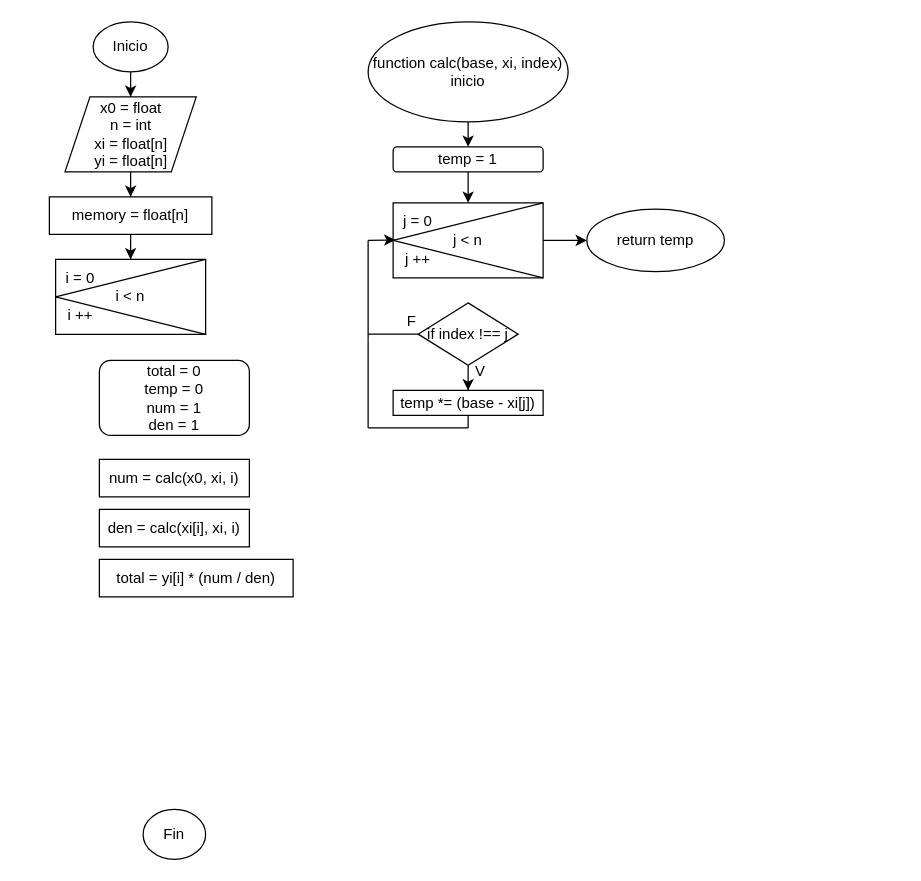
This is Untitled Diagram.drawio from HectorMtz22/university, a draw.io file, before an edit. Source tidied: cells renumbered, new cells numbered last; positions are measured from the earlier drawing's top-left corner, leaving out a move shared by most shapes. Both pictures are drawn from the tidied source at 125%, with x=0, y=0 at pixel (49, 21).
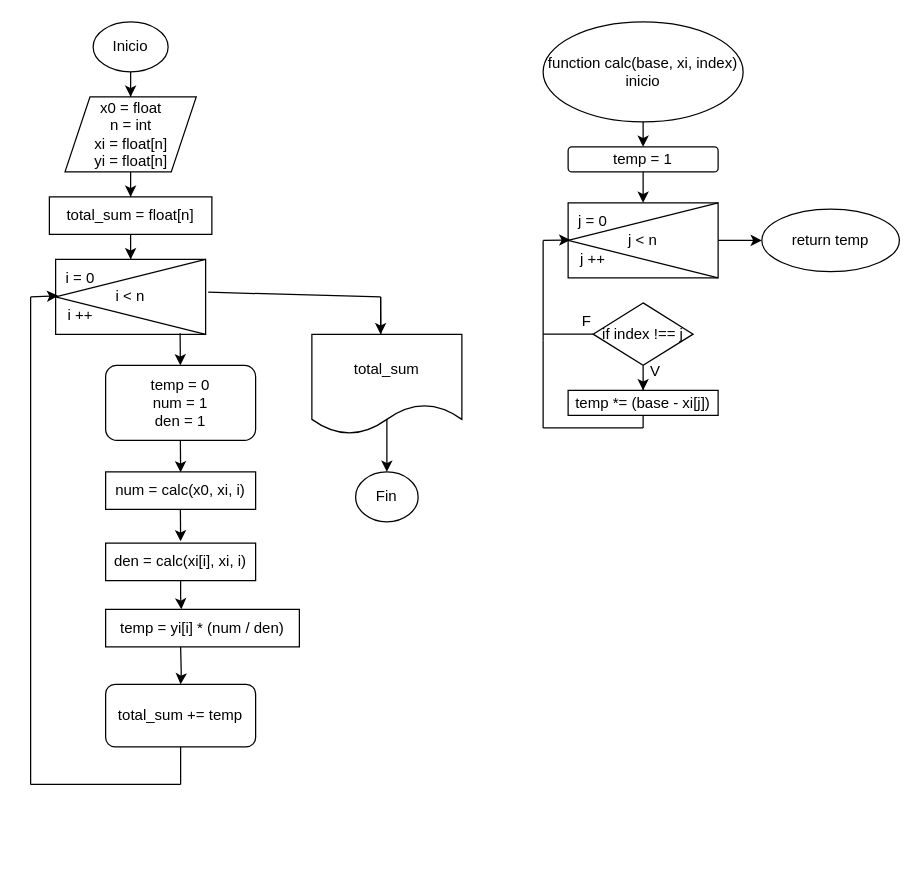
The same diagram, later.

Unchanged cells that the change refers to:
```xml
<mxCell id="9" value="i &amp;lt; n" style="whiteSpace=wrap;html=1;rounded=0;" parent="1" vertex="1">
  <mxGeometry x="5" y="190" width="120" height="60" as="geometry" />
</mxCell>
<mxCell id="13" value="i ++" style="text;html=1;strokeColor=none;fillColor=none;align=center;verticalAlign=middle;whiteSpace=wrap;rounded=0;" parent="1" vertex="1">
  <mxGeometry y="220" width="50" height="30" as="geometry" />
</mxCell>
```

Change to the diagram source:
```diff
@@
     <mxCell id="4" value="Fin" style="ellipse;whiteSpace=wrap;html=1;" parent="1" vertex="1">
-      <mxGeometry x="75" y="630" width="50" height="40" as="geometry" />
+      <mxGeometry x="245" y="360" width="50" height="40" as="geometry" />
     </mxCell>
@@
-    <mxCell id="8" value="memory = float[n]" style="rounded=0;whiteSpace=wrap;html=1;" parent="1" vertex="1">
+    <mxCell id="8" value="total_sum = float[n]" style="rounded=0;whiteSpace=wrap;html=1;" parent="1" vertex="1">
       <mxGeometry y="140" width="130" height="30" as="geometry" />
     </mxCell>
@@
-    <mxCell id="14" value="total = 0&lt;br&gt;temp = 0&lt;br&gt;num = 1&lt;br&gt;den = 1" style="rounded=1;whiteSpace=wrap;html=1;" parent="1" vertex="1">
-      <mxGeometry x="40" y="270.8" width="120" height="60" as="geometry" />
+    <mxCell id="14" value="temp = 0&lt;br&gt;num = 1&lt;br&gt;den = 1" style="rounded=1;whiteSpace=wrap;html=1;" parent="1" vertex="1">
+      <mxGeometry x="45" y="274.8" width="120" height="60" as="geometry" />
     </mxCell>
     <mxCell id="15" value="function calc(base, xi, index)&lt;br&gt;inicio" style="ellipse;whiteSpace=wrap;html=1;" parent="1" vertex="1">
-      <mxGeometry x="255" width="160" height="80" as="geometry" />
+      <mxGeometry x="395" width="160" height="80" as="geometry" />
     </mxCell>
     <mxCell id="16" value="j &amp;lt; n" style="whiteSpace=wrap;html=1;rounded=0;" parent="1" vertex="1">
-      <mxGeometry x="275" y="144.8" width="120" height="60" as="geometry" />
+      <mxGeometry x="415" y="144.8" width="120" height="60" as="geometry" />
     </mxCell>
@@
     <mxCell id="19" value="j = 0" style="text;html=1;strokeColor=none;fillColor=none;align=center;verticalAlign=middle;whiteSpace=wrap;rounded=0;" parent="1" vertex="1">
-      <mxGeometry x="270" y="144.8" width="50" height="30" as="geometry" />
+      <mxGeometry x="410" y="144.8" width="50" height="30" as="geometry" />
     </mxCell>
     <mxCell id="20" value="j ++" style="text;html=1;strokeColor=none;fillColor=none;align=center;verticalAlign=middle;whiteSpace=wrap;rounded=0;" parent="1" vertex="1">
-      <mxGeometry x="270" y="174.8" width="50" height="30" as="geometry" />
+      <mxGeometry x="410" y="174.8" width="50" height="30" as="geometry" />
     </mxCell>
@@
     <mxCell id="22" value="if index !== j" style="rhombus;whiteSpace=wrap;html=1;" parent="1" vertex="1">
-      <mxGeometry x="295" y="224.8" width="80" height="50" as="geometry" />
+      <mxGeometry x="435" y="224.8" width="80" height="50" as="geometry" />
     </mxCell>
     <mxCell id="23" style="endArrow=none;html=1;rounded=0;exitX=0;exitY=0.5;exitDx=0;exitDy=0;" parent="1" edge="1" source="22">
       <mxGeometry relative="1" as="geometry">
-        <mxPoint x="255" y="249.8" as="targetPoint" />
+        <mxPoint x="395" y="249.8" as="targetPoint" />
       </mxGeometry>
     </mxCell>
     <mxCell id="24" style="endArrow=none;html=1;rounded=0;" parent="1" edge="1">
       <mxGeometry relative="1" as="geometry">
-        <mxPoint x="255" y="254.8" as="sourcePoint" />
-        <mxPoint x="255" y="174.8" as="targetPoint" />
+        <mxPoint x="395" y="254.8" as="sourcePoint" />
+        <mxPoint x="395" y="174.8" as="targetPoint" />
       </mxGeometry>
     </mxCell>
     <mxCell id="25" style="endArrow=classic;html=1;rounded=0;entryX=0.136;entryY=-0.013;entryDx=0;entryDy=0;entryPerimeter=0;" parent="1" edge="1" target="20">
       <mxGeometry relative="1" as="geometry">
-        <mxPoint x="255" y="174.8" as="sourcePoint" />
+        <mxPoint x="395" y="174.8" as="sourcePoint" />
       </mxGeometry>
     </mxCell>
     <mxCell id="26" value="F" style="text;html=1;strokeColor=none;fillColor=none;align=center;verticalAlign=middle;whiteSpace=wrap;rounded=0;" parent="1" vertex="1">
-      <mxGeometry x="260" y="224.8" width="60" height="30" as="geometry" />
+      <mxGeometry x="400" y="224.8" width="60" height="30" as="geometry" />
     </mxCell>
     <mxCell id="27" value="V" style="text;html=1;strokeColor=none;fillColor=none;align=center;verticalAlign=middle;whiteSpace=wrap;rounded=0;" parent="1" vertex="1">
-      <mxGeometry x="315" y="264.8" width="60" height="30" as="geometry" />
+      <mxGeometry x="455" y="264.8" width="60" height="30" as="geometry" />
     </mxCell>
     <mxCell id="28" value="temp *= (base - xi[j])" style="whiteSpace=wrap;html=1;" parent="1" vertex="1">
-      <mxGeometry x="275" y="294.8" width="120" height="20" as="geometry" />
+      <mxGeometry x="415" y="294.8" width="120" height="20" as="geometry" />
     </mxCell>
     <mxCell id="29" style="endArrow=none;html=1;rounded=0;exitX=0.5;exitY=1;exitDx=0;exitDy=0;" parent="1" edge="1" source="28">
       <mxGeometry relative="1" as="geometry">
-        <mxPoint x="335" y="324.8" as="targetPoint" />
+        <mxPoint x="475" y="324.8" as="targetPoint" />
       </mxGeometry>
     </mxCell>
     <mxCell id="30" style="endArrow=none;html=1;rounded=0;" parent="1" edge="1">
       <mxGeometry relative="1" as="geometry">
-        <mxPoint x="255" y="324.8" as="sourcePoint" />
-        <mxPoint x="335" y="324.8" as="targetPoint" />
+        <mxPoint x="395" y="324.8" as="sourcePoint" />
+        <mxPoint x="475" y="324.8" as="targetPoint" />
       </mxGeometry>
     </mxCell>
     <mxCell id="31" style="endArrow=none;html=1;rounded=0;" parent="1" edge="1">
       <mxGeometry relative="1" as="geometry">
-        <mxPoint x="255" y="324.8" as="sourcePoint" />
-        <mxPoint x="255" y="254.8" as="targetPoint" />
+        <mxPoint x="395" y="324.8" as="sourcePoint" />
+        <mxPoint x="395" y="254.8" as="targetPoint" />
       </mxGeometry>
     </mxCell>
@@
     <mxCell id="33" value="return temp" style="ellipse;whiteSpace=wrap;html=1;" parent="1" vertex="1">
-      <mxGeometry x="430" y="149.8" width="110" height="50" as="geometry" />
+      <mxGeometry x="570" y="149.8" width="110" height="50" as="geometry" />
     </mxCell>
     <mxCell id="34" value="temp = 1" style="rounded=1;whiteSpace=wrap;html=1;" parent="1" vertex="1">
-      <mxGeometry x="275" y="100" width="120" height="20" as="geometry" />
+      <mxGeometry x="415" y="100" width="120" height="20" as="geometry" />
     </mxCell>
@@
     <mxCell id="37" value="num = calc(x0, xi, i)" style="rounded=0;whiteSpace=wrap;html=1;" parent="1" vertex="1">
-      <mxGeometry x="40" y="350" width="120" height="30" as="geometry" />
+      <mxGeometry x="45" y="360" width="120" height="30" as="geometry" />
     </mxCell>
+    <mxCell id="40" style="edgeStyle=orthogonalEdgeStyle;rounded=0;jettySize=auto;html=1;entryX=0.391;entryY=0;entryDx=0;entryDy=0;entryPerimeter=0;" parent="1" edge="1" source="38" target="39">
+      <mxGeometry relative="1" as="geometry">
+        <Array as="points">
+          <mxPoint x="105" y="460" />
+          <mxPoint x="106" y="460" />
+        </Array>
+      </mxGeometry>
+    </mxCell>
     <mxCell id="38" value="den = calc(xi[i], xi, i)" style="rounded=0;whiteSpace=wrap;html=1;" parent="1" vertex="1">
-      <mxGeometry x="40" y="390" width="120" height="30" as="geometry" />
+      <mxGeometry x="45" y="417" width="120" height="30" as="geometry" />
     </mxCell>
+    <mxCell id="41" style="edgeStyle=orthogonalEdgeStyle;rounded=0;jettySize=auto;html=1;" parent="1" edge="1" target="42">
+      <mxGeometry relative="1" as="geometry">
+        <mxPoint x="105" y="500" as="sourcePoint" />
+      </mxGeometry>
+    </mxCell>
-    <mxCell id="39" value="total = yi[i] * (num / den)" style="whiteSpace=wrap;html=1;rounded=0;" parent="1" vertex="1">
-      <mxGeometry x="40" y="430" width="155" height="30" as="geometry" />
+    <mxCell id="39" value="temp = yi[i] * (num / den)" style="whiteSpace=wrap;html=1;rounded=0;" parent="1" vertex="1">
+      <mxGeometry x="45" y="470" width="155" height="30" as="geometry" />
     </mxCell>
+    <mxCell id="42" value="total_sum += temp" style="rounded=1;whiteSpace=wrap;html=1;" parent="1" vertex="1">
+      <mxGeometry x="45" y="530" width="120" height="50" as="geometry" />
+    </mxCell>
+    <mxCell id="43" style="endArrow=classic;html=1;rounded=0;exitX=0.83;exitY=0.986;exitDx=0;exitDy=0;exitPerimeter=0;" parent="1" edge="1" source="9" target="14">
+      <mxGeometry relative="1" as="geometry" />
+    </mxCell>
+    <mxCell id="44" style="endArrow=classic;html=1;rounded=0;exitX=0.83;exitY=0.986;exitDx=0;exitDy=0;exitPerimeter=0;" parent="1" edge="1">
+      <mxGeometry relative="1" as="geometry">
+        <mxPoint x="104.8" y="334.8" as="sourcePoint" />
+        <mxPoint x="105" y="360.4" as="targetPoint" />
+      </mxGeometry>
+    </mxCell>
+    <mxCell id="45" style="endArrow=classic;html=1;rounded=0;exitX=0.83;exitY=0.986;exitDx=0;exitDy=0;exitPerimeter=0;" parent="1" edge="1">
+      <mxGeometry relative="1" as="geometry">
+        <mxPoint x="104.8" y="390" as="sourcePoint" />
+        <mxPoint x="105" y="415.6" as="targetPoint" />
+      </mxGeometry>
+    </mxCell>
+    <mxCell id="46" style="endArrow=none;html=1;rounded=0;" parent="1" edge="1">
+      <mxGeometry relative="1" as="geometry">
+        <mxPoint x="105" y="610" as="sourcePoint" />
+        <mxPoint x="105" y="580" as="targetPoint" />
+      </mxGeometry>
+    </mxCell>
+    <mxCell id="47" style="endArrow=none;html=1;rounded=0;" parent="1" edge="1">
+      <mxGeometry relative="1" as="geometry">
+        <mxPoint x="-15" y="610" as="sourcePoint" />
+        <mxPoint x="105" y="610" as="targetPoint" />
+      </mxGeometry>
+    </mxCell>
+    <mxCell id="48" style="endArrow=none;html=1;rounded=0;" parent="1" edge="1">
+      <mxGeometry relative="1" as="geometry">
+        <mxPoint x="-15" y="610" as="sourcePoint" />
+        <mxPoint x="-15" y="220" as="targetPoint" />
+      </mxGeometry>
+    </mxCell>
+    <mxCell id="49" style="endArrow=classic;html=1;rounded=0;entryX=0.141;entryY=-0.029;entryDx=0;entryDy=0;entryPerimeter=0;" parent="1" edge="1" target="13">
+      <mxGeometry relative="1" as="geometry">
+        <mxPoint x="-15" y="220" as="sourcePoint" />
+      </mxGeometry>
+    </mxCell>
+    <mxCell id="50" style="endArrow=none;html=1;rounded=0;exitX=1.017;exitY=0.438;exitDx=0;exitDy=0;exitPerimeter=0;" parent="1" edge="1" source="9">
+      <mxGeometry relative="1" as="geometry">
+        <mxPoint x="265" y="220" as="targetPoint" />
+      </mxGeometry>
+    </mxCell>
+    <mxCell id="51" style="edgeStyle=orthogonalEdgeStyle;rounded=0;jettySize=auto;html=1;" parent="1" edge="1" target="4">
+      <mxGeometry relative="1" as="geometry">
+        <mxPoint x="265" y="220" as="sourcePoint" />
+      </mxGeometry>
+    </mxCell>
+    <mxCell id="52" value="total_sum" style="shape=document;whiteSpace=wrap;html=1;boundedLbl=1;" parent="1" vertex="1">
+      <mxGeometry x="210" y="250" width="120" height="80" as="geometry" />
+    </mxCell>
+    <mxCell id="53" style="endArrow=classic;html=1;rounded=0;" parent="1" edge="1">
+      <mxGeometry relative="1" as="geometry">
+        <mxPoint x="265" y="220" as="sourcePoint" />
+        <mxPoint x="265" y="250" as="targetPoint" />
+      </mxGeometry>
+    </mxCell>
```
